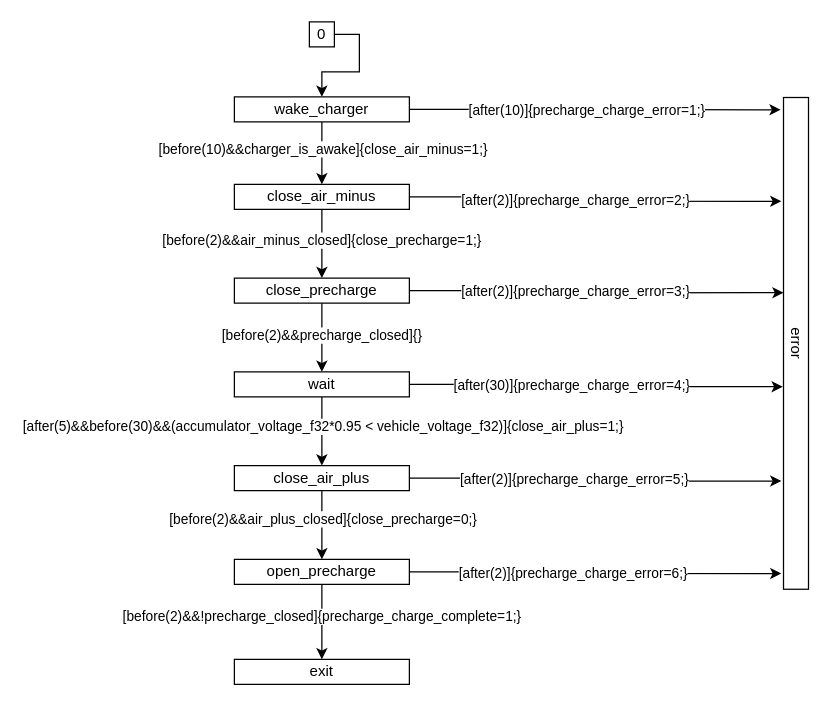
Above: page "precharge_charge" (3 of 7) of xver/xsm/XML/graph.drawio in osceri/AMS-CC (draw.io), before the change. Source tidied: cells renumbered, new cells numbered last; positions are measured from the earlier drawing's top-left corner, leaving out a move shared by most shapes. Both pictures are drawn from the tidied source at 125%, with x=0, y=0 at pixel (234, 21).
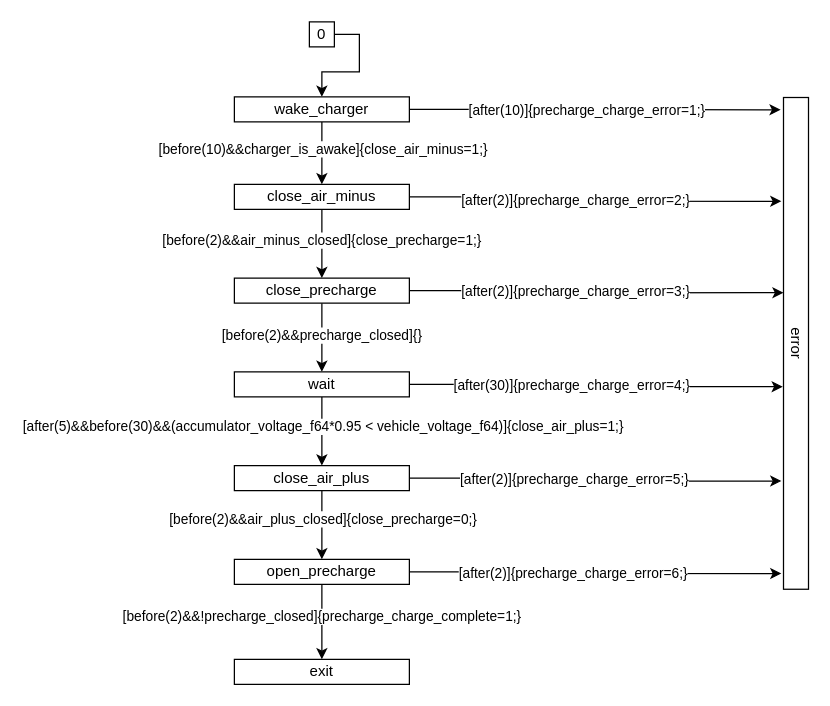
The same diagram, later.

The change refers to these unchanged cells:
```xml
<mxCell id="12" style="edgeStyle=orthogonalEdgeStyle;rounded=0;jettySize=auto;html=1;exitX=0.5;exitY=1;exitDx=0;exitDy=0;entryX=0.5;entryY=0;entryDx=0;entryDy=0;" parent="1" edge="1" source="16" target="21">
  <mxGeometry relative="1" as="geometry" />
</mxCell>
```

What changed in the source:
```diff
@@
-    <mxCell id="13" value="[after(5)&amp;amp;&amp;amp;before(30)&amp;amp;&amp;amp;(accumulator_voltage_f32*0.95 &amp;lt; vehicle_voltage_f32)]{close_air_plus=1;}" style="edgeLabel;html=1;align=center;verticalAlign=middle;" parent="12" vertex="1">
+    <mxCell id="13" value="[after(5)&amp;amp;&amp;amp;before(30)&amp;amp;&amp;amp;(accumulator_voltage_f64*0.95 &amp;lt; vehicle_voltage_f64)]{close_air_plus=1;}" style="edgeLabel;html=1;align=center;verticalAlign=middle;" parent="12" vertex="1">
       <mxGeometry x="-0.17" relative="1" as="geometry" />
     </mxCell>
```
